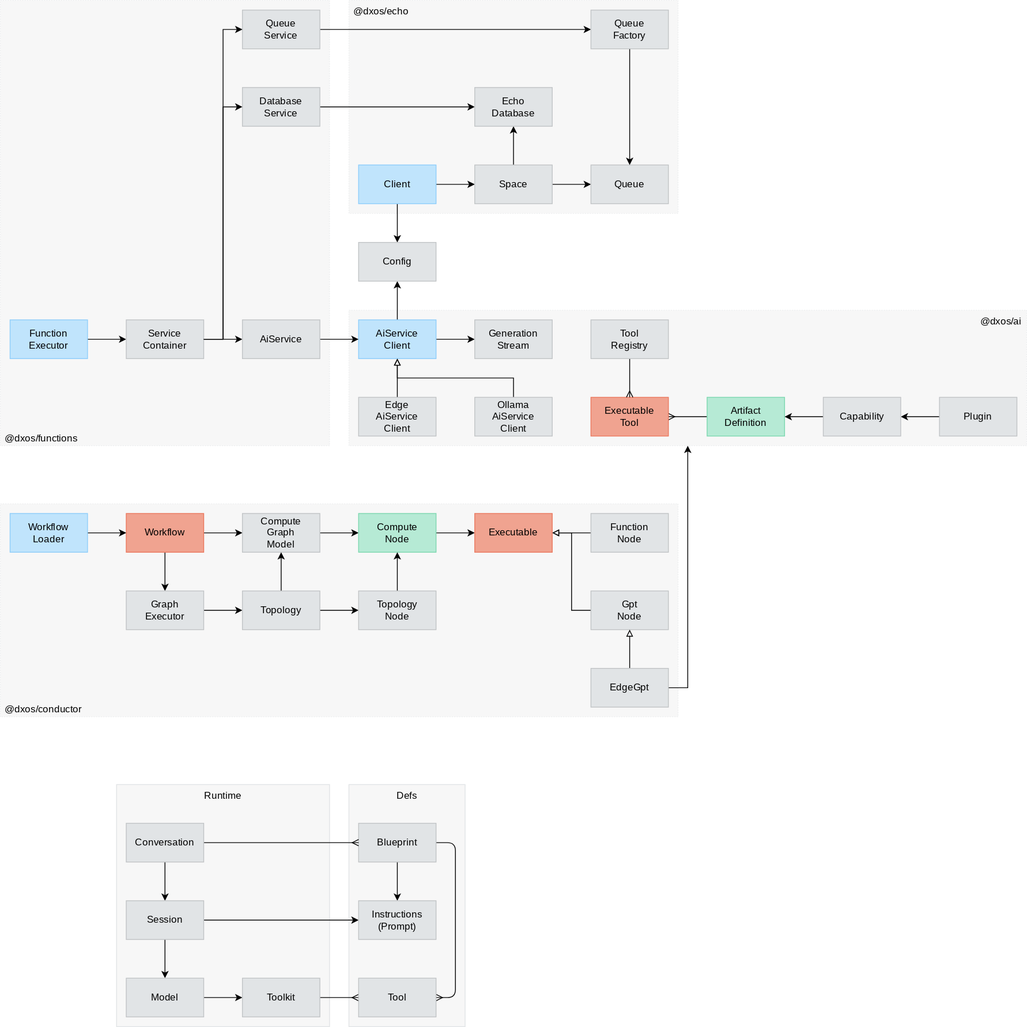
The draw.io diagram packages/core/ai/docs/ai.drawio.svg in dxos/dxos, before a commit. Source tidied: cells renumbered, new cells last; positions are measured from the earlier drawing's top-left corner, leaving out a move shared by most shapes.
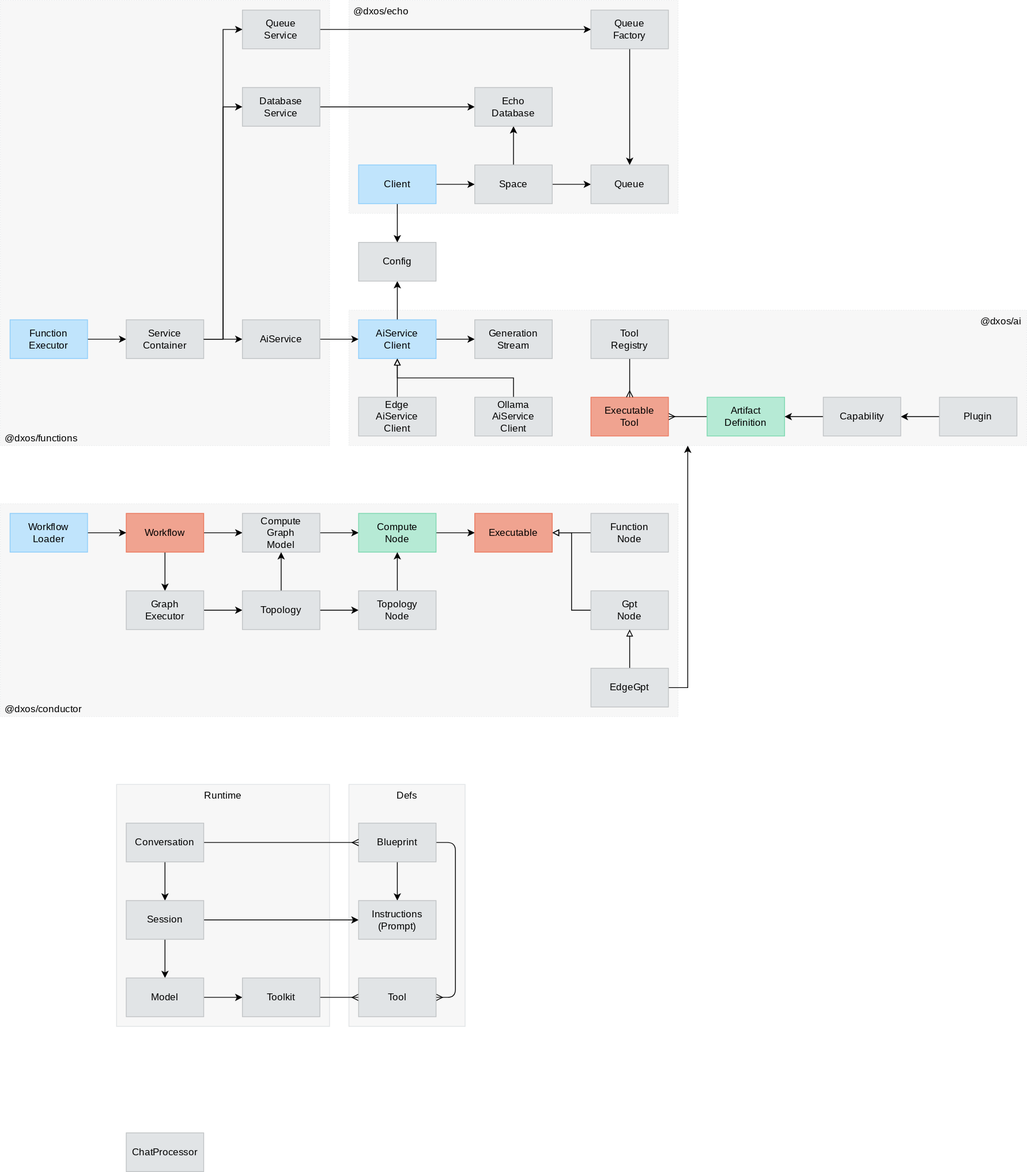
Above is the later version.

The edit, as a diff of the source:
```diff
@@ -287,5 +287,8 @@
     <mxCell id="86" value="Instructions&lt;div&gt;(Prompt)&lt;/div&gt;" style="rounded=0;whiteSpace=wrap;html=1;fontFamily=Space Grotesk;fontSource=https%3A%2F%2Ffonts.googleapis.com%2Fcss%3Ffamily%3DSpace%2BGrotesk;fillColor=#E1E4E6;fontColor=#000000;strokeColor=#C0C3C5;" parent="1" vertex="1">
       <mxGeometry x="444" y="1116" width="96" height="48" as="geometry" />
     </mxCell>
+    <mxCell id="87" value="ChatProcessor" style="rounded=0;whiteSpace=wrap;html=1;fontFamily=Space Grotesk;fontSource=https%3A%2F%2Ffonts.googleapis.com%2Fcss%3Ffamily%3DSpace%2BGrotesk;fillColor=#E1E4E6;fontColor=#000000;strokeColor=#C0C3C5;" parent="1" vertex="1">
+      <mxGeometry x="156" y="1404" width="96" height="48" as="geometry" />
+    </mxCell>
   </root>
 </mxGraphModel>
```
